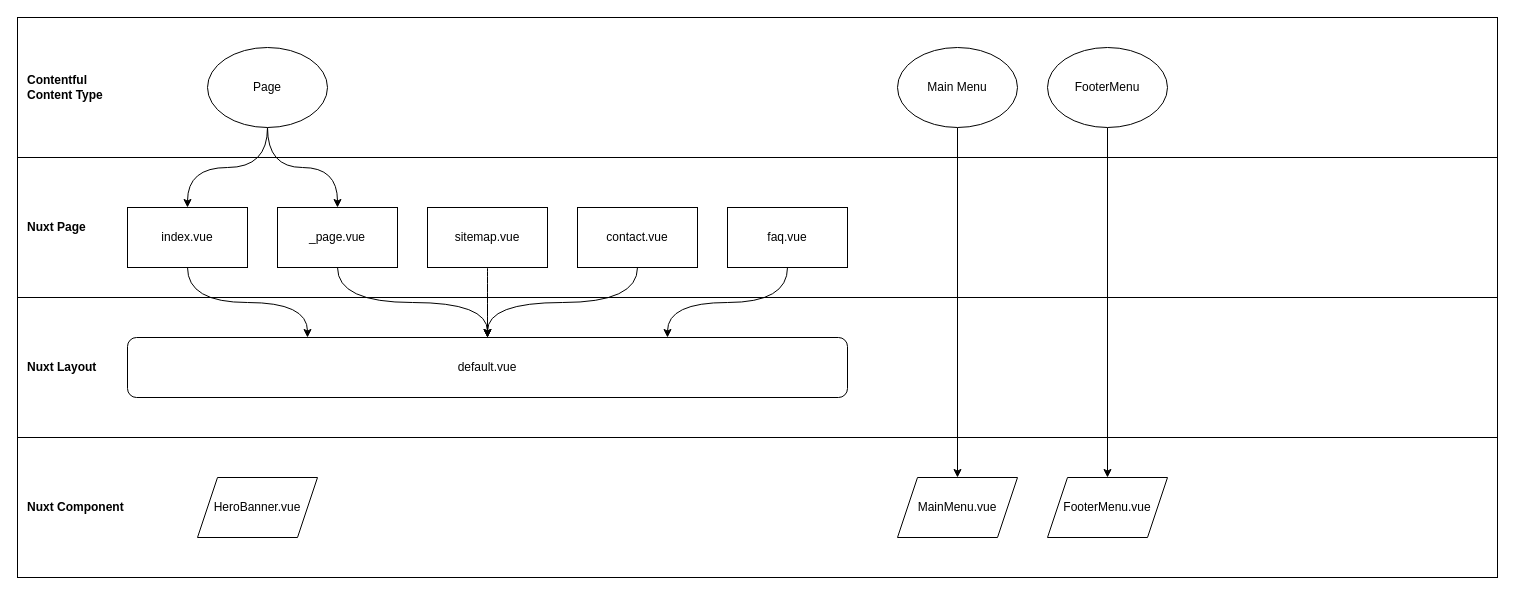
Earlier version of the draw.io diagram page "Content types mapped to Nuxt pages" (3 of 3) of doc/overview.drawio (spacebetweentherapy/website). Source tidied: cells renumbered, new cells numbered last; positions are measured from the earlier drawing's top-left corner, leaving out a move shared by most shapes. Both pictures are drawn from the tidied source at 100%, with x=0, y=0 at pixel (17, 17).
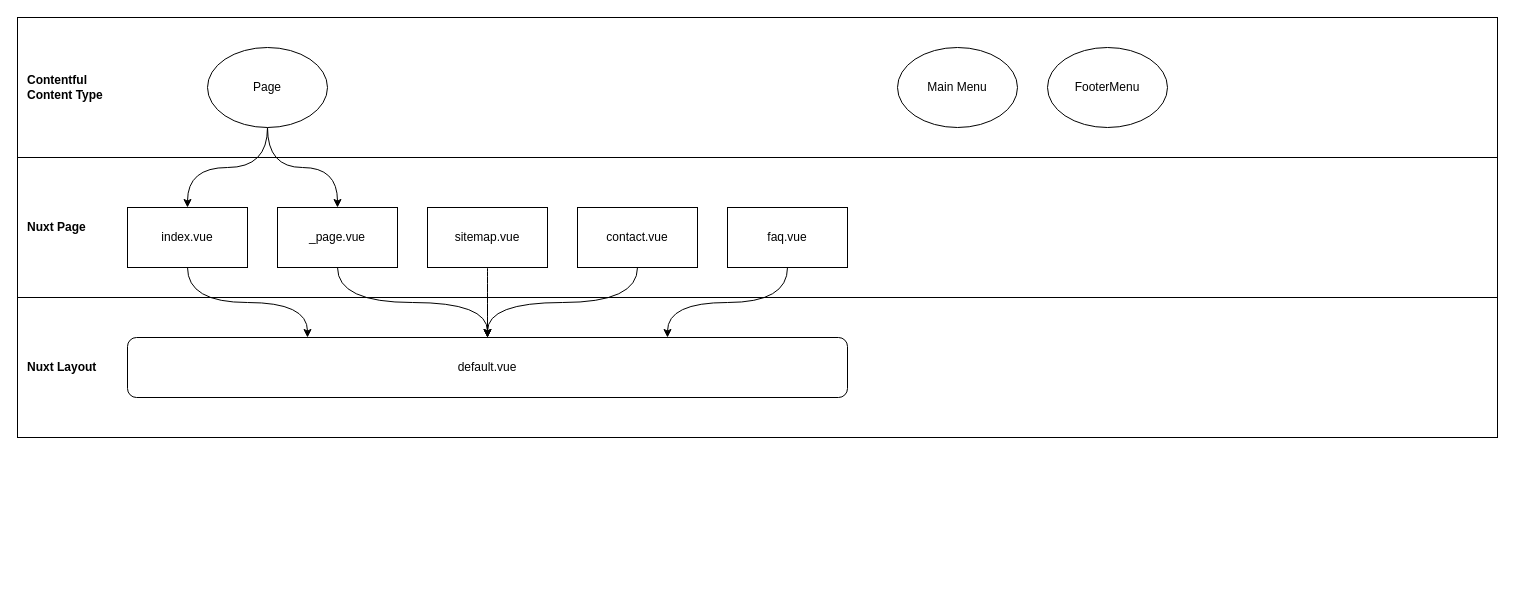
The same diagram, later.

Commit message (it also covers changes not shown here):
Moved page content template into separate Component

Unchanged cells that the change refers to:
```xml
<mxCell id="17" value="Main Menu" style="ellipse;whiteSpace=wrap;html=1;align=center;" parent="1" vertex="1">
  <mxGeometry x="880" y="30" width="120" height="80" as="geometry" />
</mxCell>
<mxCell id="22" value="FooterMenu" style="ellipse;whiteSpace=wrap;html=1;align=center;" parent="1" vertex="1">
  <mxGeometry x="1030" y="30" width="120" height="80" as="geometry" />
</mxCell>
```

Diff of the diagram source:
```diff
@@
-    <mxCell id="2" value="Nuxt Component" style="rounded=0;whiteSpace=wrap;html=1;align=left;fontStyle=1;spacing=10;" parent="1" vertex="1">
-      <mxGeometry y="420" width="1480" height="140" as="geometry" />
-    </mxCell>
@@
-    <mxCell id="16" style="edgeStyle=orthogonalEdgeStyle;rounded=0;jettySize=auto;html=1;" parent="1" edge="1" source="17" target="20">
-      <mxGeometry relative="1" as="geometry" />
-    </mxCell>
@@
-    <mxCell id="20" value="MainMenu.vue" style="shape=parallelogram;perimeter=parallelogramPerimeter;whiteSpace=wrap;html=1;fixedSize=1;" parent="1" vertex="1">
-      <mxGeometry x="880" y="460" width="120" height="60" as="geometry" />
-    </mxCell>
-    <mxCell id="21" style="edgeStyle=orthogonalEdgeStyle;rounded=0;jettySize=auto;html=1;" parent="1" edge="1" source="22" target="23">
-      <mxGeometry relative="1" as="geometry" />
-    </mxCell>
@@
-    <mxCell id="23" value="FooterMenu.vue" style="shape=parallelogram;perimeter=parallelogramPerimeter;whiteSpace=wrap;html=1;fixedSize=1;" parent="1" vertex="1">
-      <mxGeometry x="1030" y="460" width="120" height="60" as="geometry" />
-    </mxCell>
@@
-    <mxCell id="26" value="HeroBanner.vue" style="shape=parallelogram;perimeter=parallelogramPerimeter;whiteSpace=wrap;html=1;fixedSize=1;" parent="1" vertex="1">
-      <mxGeometry x="180" y="460" width="120" height="60" as="geometry" />
-    </mxCell>
```
